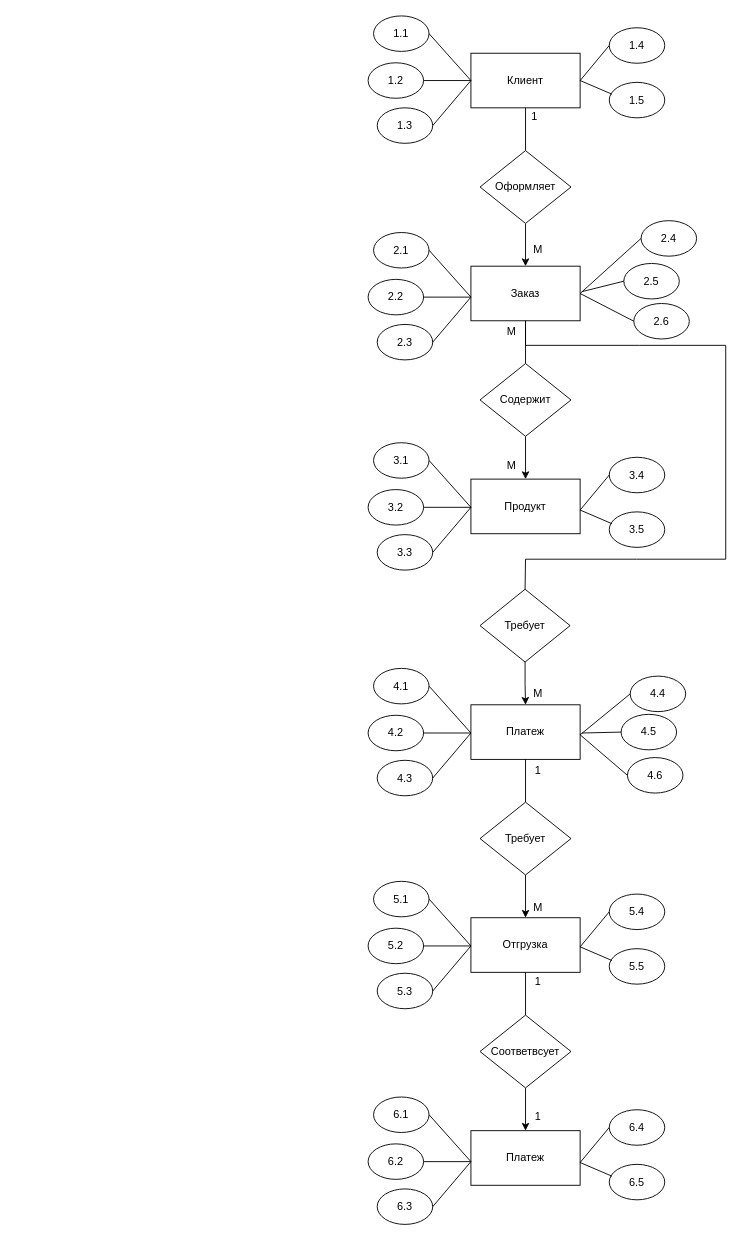
Earlier version of the draw.io diagram Диаграмма без названия.drawio (StrayDog31/DoomDemake). Source tidied: cells renumbered, new cells numbered last; positions are measured from the earlier drawing's top-left corner, leaving out a move shared by most shapes. Both pictures are drawn from the tidied source at 91%, with x=0, y=0 at pixel (368, 15).
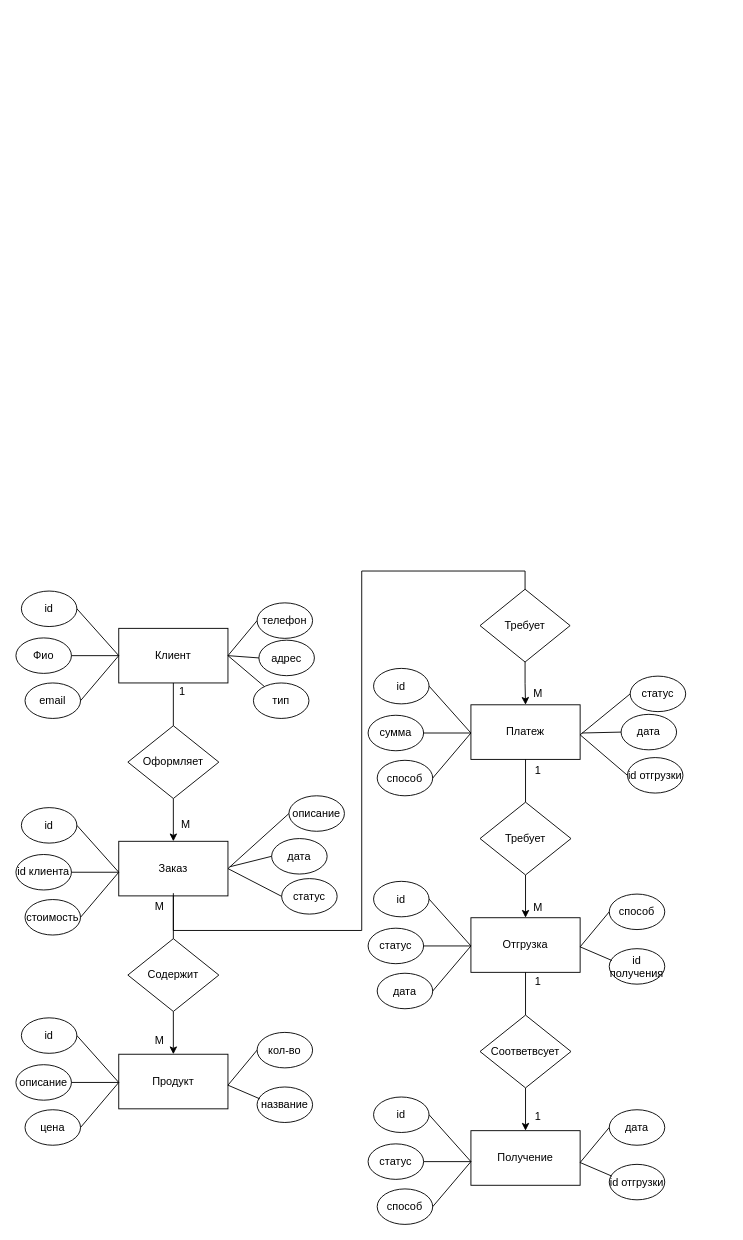
Above is the later version.

Unchanged cells that the change refers to:
```xml
<mxCell id="10" value="Требует" style="rhombus;whiteSpace=wrap;html=1;" parent="1" vertex="1">
  <mxGeometry x="123" y="630" width="99" height="80" as="geometry" />
</mxCell>
```

What changed in the source:
```diff
@@
     <mxCell id="2" value="Клиент" style="rounded=0;whiteSpace=wrap;html=1;" parent="1" vertex="1">
-      <mxGeometry x="113" y="41" width="120" height="60" as="geometry" />
+      <mxGeometry x="-274" y="673" width="120" height="60" as="geometry" />
     </mxCell>
@@
     <mxCell id="4" value="Оформляет" style="rhombus;whiteSpace=wrap;html=1;" parent="1" vertex="1">
-      <mxGeometry x="123" y="148" width="100" height="80" as="geometry" />
+      <mxGeometry x="-264" y="780" width="100" height="80" as="geometry" />
     </mxCell>
     <mxCell id="5" value="Заказ" style="rounded=0;whiteSpace=wrap;html=1;" parent="1" vertex="1">
-      <mxGeometry x="113" y="275" width="120" height="60" as="geometry" />
+      <mxGeometry x="-274" y="907" width="120" height="60" as="geometry" />
     </mxCell>
@@
     <mxCell id="7" value="Содержит" style="rhombus;whiteSpace=wrap;html=1;" parent="1" vertex="1">
-      <mxGeometry x="123" y="382" width="100" height="80" as="geometry" />
+      <mxGeometry x="-264" y="1014" width="100" height="80" as="geometry" />
     </mxCell>
     <mxCell id="8" value="Продукт" style="rounded=0;whiteSpace=wrap;html=1;" parent="1" vertex="1">
-      <mxGeometry x="113" y="509" width="120" height="60" as="geometry" />
+      <mxGeometry x="-274" y="1141" width="120" height="60" as="geometry" />
     </mxCell>
@@
-    <mxCell id="17" value="Платеж" style="rounded=0;whiteSpace=wrap;html=1;" parent="1" vertex="1">
+    <mxCell id="17" value="Получение" style="rounded=0;whiteSpace=wrap;html=1;" parent="1" vertex="1">
       <mxGeometry x="113" y="1225" width="120" height="60" as="geometry" />
     </mxCell>
@@
-    <mxCell id="20" style="endArrow=none;html=1;rounded=0;entryX=0.5;entryY=1;entryDx=0;entryDy=0;exitX=0.5;exitY=0;exitDx=0;exitDy=0;" parent="1" edge="1" source="10" target="5">
-      <mxGeometry relative="1" as="geometry">
-        <Array as="points">
-          <mxPoint x="173" y="597" />
-          <mxPoint x="295" y="597" />
-          <mxPoint x="393" y="597" />
-          <mxPoint x="393" y="362" />
-          <mxPoint x="298" y="362" />
-          <mxPoint x="173" y="362" />
-        </Array>
-      </mxGeometry>
-    </mxCell>
@@
     <mxCell id="23" value="1" style="text;html=1;align=center;verticalAlign=middle;whiteSpace=wrap;rounded=0;" parent="1" vertex="1">
-      <mxGeometry x="153" y="96" width="60" height="30" as="geometry" />
+      <mxGeometry x="-234" y="728" width="60" height="30" as="geometry" />
     </mxCell>
     <mxCell id="24" value="М" style="text;html=1;align=center;verticalAlign=middle;whiteSpace=wrap;rounded=0;" parent="1" vertex="1">
-      <mxGeometry x="157" y="242" width="60" height="30" as="geometry" />
+      <mxGeometry x="-230" y="874" width="60" height="30" as="geometry" />
     </mxCell>
+    <mxCell id="96" style="edgeStyle=orthogonalEdgeStyle;rounded=0;jettySize=auto;html=1;exitX=0.75;exitY=0;exitDx=0;exitDy=0;entryX=0.5;entryY=0;entryDx=0;entryDy=0;endArrow=none;endFill=0;" parent="1" edge="1" source="25" target="10">
+      <mxGeometry relative="1" as="geometry">
+        <Array as="points">
+          <mxPoint x="-214" y="1005" />
+          <mxPoint x="-7" y="1005" />
+          <mxPoint x="-7" y="610" />
+          <mxPoint x="173" y="610" />
+        </Array>
+      </mxGeometry>
+    </mxCell>
     <mxCell id="25" value="М" style="text;html=1;align=center;verticalAlign=middle;whiteSpace=wrap;rounded=0;" parent="1" vertex="1">
-      <mxGeometry x="128" y="332" width="60" height="30" as="geometry" />
+      <mxGeometry x="-259" y="964" width="60" height="30" as="geometry" />
     </mxCell>
     <mxCell id="26" value="М" style="text;html=1;align=center;verticalAlign=middle;whiteSpace=wrap;rounded=0;" parent="1" vertex="1">
-      <mxGeometry x="128" y="479" width="60" height="30" as="geometry" />
+      <mxGeometry x="-259" y="1111" width="60" height="30" as="geometry" />
     </mxCell>
@@
-    <mxCell id="32" value="1.1" style="ellipse;whiteSpace=wrap;html=1;" parent="1" vertex="1">
-      <mxGeometry x="6" width="61" height="39" as="geometry" />
+    <mxCell id="32" value="id" style="ellipse;whiteSpace=wrap;html=1;" parent="1" vertex="1">
+      <mxGeometry x="-381" y="632" width="61" height="39" as="geometry" />
     </mxCell>
-    <mxCell id="33" value="1.3" style="ellipse;whiteSpace=wrap;html=1;" parent="1" vertex="1">
-      <mxGeometry x="10" y="101" width="61" height="39" as="geometry" />
+    <mxCell id="33" value="email" style="ellipse;whiteSpace=wrap;html=1;" parent="1" vertex="1">
+      <mxGeometry x="-377" y="733" width="61" height="39" as="geometry" />
     </mxCell>
-    <mxCell id="34" value="1.2" style="ellipse;whiteSpace=wrap;html=1;" parent="1" vertex="1">
-      <mxGeometry y="51.5" width="61" height="39" as="geometry" />
+    <mxCell id="34" value="Фио" style="ellipse;whiteSpace=wrap;html=1;" parent="1" vertex="1">
+      <mxGeometry x="-387" y="683.5" width="61" height="39" as="geometry" />
     </mxCell>
-    <mxCell id="35" value="1.4" style="ellipse;whiteSpace=wrap;html=1;" parent="1" vertex="1">
-      <mxGeometry x="265" y="13" width="61" height="39" as="geometry" />
+    <mxCell id="35" value="телефон" style="ellipse;whiteSpace=wrap;html=1;" parent="1" vertex="1">
+      <mxGeometry x="-122" y="645" width="61" height="39" as="geometry" />
     </mxCell>
-    <mxCell id="36" value="1.5" style="ellipse;whiteSpace=wrap;html=1;" parent="1" vertex="1">
-      <mxGeometry x="265" y="73" width="61" height="39" as="geometry" />
+    <mxCell id="36" value="адрес" style="ellipse;whiteSpace=wrap;html=1;" parent="1" vertex="1">
+      <mxGeometry x="-120" y="686" width="61" height="39" as="geometry" />
     </mxCell>
@@
     <mxCell id="39" style="endArrow=none;html=1;rounded=0;exitX=1;exitY=0.5;exitDx=0;exitDy=0;" parent="1" edge="1" source="33">
       <mxGeometry relative="1" as="geometry">
-        <mxPoint x="113" y="71" as="targetPoint" />
+        <mxPoint x="-274" y="703" as="targetPoint" />
       </mxGeometry>
     </mxCell>
@@
-    <mxCell id="41" style="endArrow=none;html=1;rounded=0;exitX=1;exitY=0.5;exitDx=0;exitDy=0;" parent="1" edge="1" source="2">
-      <mxGeometry relative="1" as="geometry">
-        <mxPoint x="268" y="86" as="targetPoint" />
-      </mxGeometry>
+    <mxCell id="41" style="endArrow=none;html=1;rounded=0;exitX=1;exitY=0.5;exitDx=0;exitDy=0;entryX=0;entryY=0.5;entryDx=0;entryDy=0;" parent="1" edge="1" source="2" target="36">
+      <mxGeometry relative="1" as="geometry" />
     </mxCell>
-    <mxCell id="42" value="2.1" style="ellipse;whiteSpace=wrap;html=1;" parent="1" vertex="1">
-      <mxGeometry x="6" y="238" width="61" height="39" as="geometry" />
+    <mxCell id="42" value="id" style="ellipse;whiteSpace=wrap;html=1;" parent="1" vertex="1">
+      <mxGeometry x="-381" y="870" width="61" height="39" as="geometry" />
     </mxCell>
-    <mxCell id="43" value="2.3" style="ellipse;whiteSpace=wrap;html=1;" parent="1" vertex="1">
-      <mxGeometry x="10" y="339" width="61" height="39" as="geometry" />
+    <mxCell id="43" value="стоимость" style="ellipse;whiteSpace=wrap;html=1;" parent="1" vertex="1">
+      <mxGeometry x="-377" y="971" width="61" height="39" as="geometry" />
     </mxCell>
-    <mxCell id="44" value="2.2" style="ellipse;whiteSpace=wrap;html=1;" parent="1" vertex="1">
-      <mxGeometry y="289.5" width="61" height="39" as="geometry" />
+    <mxCell id="44" value="id клиента" style="ellipse;whiteSpace=wrap;html=1;" parent="1" vertex="1">
+      <mxGeometry x="-387" y="921.5" width="61" height="39" as="geometry" />
     </mxCell>
     <mxCell id="45" style="endArrow=none;html=1;rounded=0;entryX=1;entryY=0.5;entryDx=0;entryDy=0;exitX=0;exitY=0.5;exitDx=0;exitDy=0;" parent="1" edge="1" target="42">
       <mxGeometry relative="1" as="geometry">
-        <mxPoint x="113" y="309" as="sourcePoint" />
+        <mxPoint x="-274" y="941" as="sourcePoint" />
       </mxGeometry>
     </mxCell>
     <mxCell id="46" style="endArrow=none;html=1;rounded=0;entryX=1;entryY=0.5;entryDx=0;entryDy=0;exitX=0;exitY=0.5;exitDx=0;exitDy=0;" parent="1" edge="1" target="44">
       <mxGeometry relative="1" as="geometry">
-        <mxPoint x="113" y="309" as="sourcePoint" />
+        <mxPoint x="-274" y="941" as="sourcePoint" />
       </mxGeometry>
     </mxCell>
     <mxCell id="47" style="endArrow=none;html=1;rounded=0;exitX=1;exitY=0.5;exitDx=0;exitDy=0;" parent="1" edge="1" source="43">
       <mxGeometry relative="1" as="geometry">
-        <mxPoint x="113" y="309" as="targetPoint" />
+        <mxPoint x="-274" y="941" as="targetPoint" />
       </mxGeometry>
     </mxCell>
-    <mxCell id="48" value="3.1" style="ellipse;whiteSpace=wrap;html=1;" parent="1" vertex="1">
-      <mxGeometry x="6" y="469" width="61" height="39" as="geometry" />
+    <mxCell id="48" value="id" style="ellipse;whiteSpace=wrap;html=1;" parent="1" vertex="1">
+      <mxGeometry x="-381" y="1101" width="61" height="39" as="geometry" />
     </mxCell>
-    <mxCell id="49" value="3.3" style="ellipse;whiteSpace=wrap;html=1;" parent="1" vertex="1">
-      <mxGeometry x="10" y="570" width="61" height="39" as="geometry" />
+    <mxCell id="49" value="цена" style="ellipse;whiteSpace=wrap;html=1;" parent="1" vertex="1">
+      <mxGeometry x="-377" y="1202" width="61" height="39" as="geometry" />
     </mxCell>
-    <mxCell id="50" value="3.2" style="ellipse;whiteSpace=wrap;html=1;" parent="1" vertex="1">
-      <mxGeometry y="520.5" width="61" height="39" as="geometry" />
+    <mxCell id="50" value="описание" style="ellipse;whiteSpace=wrap;html=1;" parent="1" vertex="1">
+      <mxGeometry x="-387" y="1152.5" width="61" height="39" as="geometry" />
     </mxCell>
     <mxCell id="51" style="endArrow=none;html=1;rounded=0;entryX=1;entryY=0.5;entryDx=0;entryDy=0;exitX=0;exitY=0.5;exitDx=0;exitDy=0;" parent="1" edge="1" target="48">
       <mxGeometry relative="1" as="geometry">
-        <mxPoint x="113" y="540" as="sourcePoint" />
+        <mxPoint x="-274" y="1172" as="sourcePoint" />
       </mxGeometry>
     </mxCell>
     <mxCell id="52" style="endArrow=none;html=1;rounded=0;entryX=1;entryY=0.5;entryDx=0;entryDy=0;exitX=0;exitY=0.5;exitDx=0;exitDy=0;" parent="1" edge="1" target="50">
       <mxGeometry relative="1" as="geometry">
-        <mxPoint x="113" y="540" as="sourcePoint" />
+        <mxPoint x="-274" y="1172" as="sourcePoint" />
       </mxGeometry>
     </mxCell>
     <mxCell id="53" style="endArrow=none;html=1;rounded=0;exitX=1;exitY=0.5;exitDx=0;exitDy=0;" parent="1" edge="1" source="49">
       <mxGeometry relative="1" as="geometry">
-        <mxPoint x="113" y="540" as="targetPoint" />
+        <mxPoint x="-274" y="1172" as="targetPoint" />
       </mxGeometry>
     </mxCell>
-    <mxCell id="54" value="4.1" style="ellipse;whiteSpace=wrap;html=1;" parent="1" vertex="1">
+    <mxCell id="54" value="id" style="ellipse;whiteSpace=wrap;html=1;" parent="1" vertex="1">
       <mxGeometry x="6" y="717" width="61" height="39" as="geometry" />
     </mxCell>
-    <mxCell id="55" value="4.3" style="ellipse;whiteSpace=wrap;html=1;" parent="1" vertex="1">
+    <mxCell id="55" value="способ" style="ellipse;whiteSpace=wrap;html=1;" parent="1" vertex="1">
       <mxGeometry x="10" y="818" width="61" height="39" as="geometry" />
     </mxCell>
-    <mxCell id="56" value="4.2" style="ellipse;whiteSpace=wrap;html=1;" parent="1" vertex="1">
+    <mxCell id="56" value="сумма" style="ellipse;whiteSpace=wrap;html=1;" parent="1" vertex="1">
       <mxGeometry y="768.5" width="61" height="39" as="geometry" />
     </mxCell>
@@
-    <mxCell id="60" value="5.1" style="ellipse;whiteSpace=wrap;html=1;" parent="1" vertex="1">
+    <mxCell id="60" value="id" style="ellipse;whiteSpace=wrap;html=1;" parent="1" vertex="1">
       <mxGeometry x="6" y="951" width="61" height="39" as="geometry" />
     </mxCell>
-    <mxCell id="61" value="5.3" style="ellipse;whiteSpace=wrap;html=1;" parent="1" vertex="1">
+    <mxCell id="61" value="дата" style="ellipse;whiteSpace=wrap;html=1;" parent="1" vertex="1">
       <mxGeometry x="10" y="1052" width="61" height="39" as="geometry" />
     </mxCell>
-    <mxCell id="62" value="5.2" style="ellipse;whiteSpace=wrap;html=1;" parent="1" vertex="1">
+    <mxCell id="62" value="статус" style="ellipse;whiteSpace=wrap;html=1;" parent="1" vertex="1">
       <mxGeometry y="1002.5" width="61" height="39" as="geometry" />
     </mxCell>
@@
-    <mxCell id="66" value="6.1" style="ellipse;whiteSpace=wrap;html=1;" parent="1" vertex="1">
+    <mxCell id="66" value="id" style="ellipse;whiteSpace=wrap;html=1;" parent="1" vertex="1">
       <mxGeometry x="6" y="1188" width="61" height="39" as="geometry" />
     </mxCell>
-    <mxCell id="67" value="6.3" style="ellipse;whiteSpace=wrap;html=1;" parent="1" vertex="1">
+    <mxCell id="67" value="способ" style="ellipse;whiteSpace=wrap;html=1;" parent="1" vertex="1">
       <mxGeometry x="10" y="1289" width="61" height="39" as="geometry" />
     </mxCell>
-    <mxCell id="68" value="6.2" style="ellipse;whiteSpace=wrap;html=1;" parent="1" vertex="1">
+    <mxCell id="68" value="статус" style="ellipse;whiteSpace=wrap;html=1;" parent="1" vertex="1">
       <mxGeometry y="1239.5" width="61" height="39" as="geometry" />
     </mxCell>
@@
-    <mxCell id="72" value="3.4" style="ellipse;whiteSpace=wrap;html=1;" parent="1" vertex="1">
-      <mxGeometry x="265" y="485" width="61" height="39" as="geometry" />
+    <mxCell id="72" value="кол-во" style="ellipse;whiteSpace=wrap;html=1;" parent="1" vertex="1">
+      <mxGeometry x="-122" y="1117" width="61" height="39" as="geometry" />
     </mxCell>
-    <mxCell id="73" value="3.5" style="ellipse;whiteSpace=wrap;html=1;" parent="1" vertex="1">
-      <mxGeometry x="265" y="545" width="61" height="39" as="geometry" />
+    <mxCell id="73" value="название" style="ellipse;whiteSpace=wrap;html=1;" parent="1" vertex="1">
+      <mxGeometry x="-122" y="1177" width="61" height="39" as="geometry" />
     </mxCell>
     <mxCell id="74" style="endArrow=none;html=1;rounded=0;entryX=0;entryY=0.5;entryDx=0;entryDy=0;exitX=1;exitY=0.5;exitDx=0;exitDy=0;" parent="1" edge="1" target="72">
       <mxGeometry relative="1" as="geometry">
-        <mxPoint x="233" y="543" as="sourcePoint" />
+        <mxPoint x="-154" y="1175" as="sourcePoint" />
       </mxGeometry>
     </mxCell>
     <mxCell id="75" style="endArrow=none;html=1;rounded=0;exitX=1;exitY=0.5;exitDx=0;exitDy=0;" parent="1" edge="1">
       <mxGeometry relative="1" as="geometry">
-        <mxPoint x="233" y="543" as="sourcePoint" />
-        <mxPoint x="268" y="558" as="targetPoint" />
+        <mxPoint x="-154" y="1175" as="sourcePoint" />
+        <mxPoint x="-119" y="1190" as="targetPoint" />
       </mxGeometry>
     </mxCell>
-    <mxCell id="76" value="5.4" style="ellipse;whiteSpace=wrap;html=1;" parent="1" vertex="1">
+    <mxCell id="76" value="способ" style="ellipse;whiteSpace=wrap;html=1;" parent="1" vertex="1">
       <mxGeometry x="265" y="965" width="61" height="39" as="geometry" />
     </mxCell>
-    <mxCell id="77" value="5.5" style="ellipse;whiteSpace=wrap;html=1;" parent="1" vertex="1">
+    <mxCell id="77" value="id получения" style="ellipse;whiteSpace=wrap;html=1;" parent="1" vertex="1">
       <mxGeometry x="265" y="1025" width="61" height="39" as="geometry" />
     </mxCell>
@@
-    <mxCell id="80" value="6.4" style="ellipse;whiteSpace=wrap;html=1;" parent="1" vertex="1">
+    <mxCell id="80" value="дата" style="ellipse;whiteSpace=wrap;html=1;" parent="1" vertex="1">
       <mxGeometry x="265" y="1202" width="61" height="39" as="geometry" />
     </mxCell>
-    <mxCell id="81" value="6.5" style="ellipse;whiteSpace=wrap;html=1;" parent="1" vertex="1">
+    <mxCell id="81" value="id отгрузки" style="ellipse;whiteSpace=wrap;html=1;" parent="1" vertex="1">
       <mxGeometry x="265" y="1262" width="61" height="39" as="geometry" />
     </mxCell>
@@
-    <mxCell id="84" value="2.4" style="ellipse;whiteSpace=wrap;html=1;" parent="1" vertex="1">
-      <mxGeometry x="300" y="225" width="61" height="39" as="geometry" />
+    <mxCell id="84" value="описание" style="ellipse;whiteSpace=wrap;html=1;" parent="1" vertex="1">
+      <mxGeometry x="-87" y="857" width="61" height="39" as="geometry" />
     </mxCell>
-    <mxCell id="85" value="2.6" style="ellipse;whiteSpace=wrap;html=1;" parent="1" vertex="1">
-      <mxGeometry x="292" y="316" width="61" height="39" as="geometry" />
+    <mxCell id="85" value="статус" style="ellipse;whiteSpace=wrap;html=1;" parent="1" vertex="1">
+      <mxGeometry x="-95" y="948" width="61" height="39" as="geometry" />
     </mxCell>
-    <mxCell id="86" value="2.5" style="ellipse;whiteSpace=wrap;html=1;" parent="1" vertex="1">
-      <mxGeometry x="281" y="272" width="61" height="39" as="geometry" />
+    <mxCell id="86" value="дата" style="ellipse;whiteSpace=wrap;html=1;" parent="1" vertex="1">
+      <mxGeometry x="-106" y="904" width="61" height="39" as="geometry" />
     </mxCell>
@@
     <mxCell id="88" style="endArrow=none;html=1;rounded=0;entryX=0;entryY=0.5;entryDx=0;entryDy=0;" parent="1" edge="1" target="86">
       <mxGeometry relative="1" as="geometry">
-        <mxPoint x="235" y="303" as="sourcePoint" />
+        <mxPoint x="-152" y="935" as="sourcePoint" />
       </mxGeometry>
     </mxCell>
@@
-    <mxCell id="90" value="4.4" style="ellipse;whiteSpace=wrap;html=1;" parent="1" vertex="1">
+    <mxCell id="90" value="статус" style="ellipse;whiteSpace=wrap;html=1;" parent="1" vertex="1">
       <mxGeometry x="288" y="725.5" width="61" height="39" as="geometry" />
     </mxCell>
-    <mxCell id="91" value="4.6" style="ellipse;whiteSpace=wrap;html=1;" parent="1" vertex="1">
+    <mxCell id="91" value="id отгрузки" style="ellipse;whiteSpace=wrap;html=1;" parent="1" vertex="1">
       <mxGeometry x="285" y="815" width="61" height="39" as="geometry" />
     </mxCell>
-    <mxCell id="92" value="4.5" style="ellipse;whiteSpace=wrap;html=1;" parent="1" vertex="1">
+    <mxCell id="92" value="дата" style="ellipse;whiteSpace=wrap;html=1;" parent="1" vertex="1">
       <mxGeometry x="278" y="767.5" width="61" height="39" as="geometry" />
     </mxCell>
@@
+    <mxCell id="97" value="тип" style="ellipse;whiteSpace=wrap;html=1;" parent="1" vertex="1">
+      <mxGeometry x="-126" y="733" width="61" height="39" as="geometry" />
+    </mxCell>
+    <mxCell id="98" style="endArrow=none;html=1;rounded=0;entryX=1;entryY=0.5;entryDx=0;entryDy=0;" parent="1" edge="1" source="97" target="2">
+      <mxGeometry relative="1" as="geometry" />
+    </mxCell>
```
